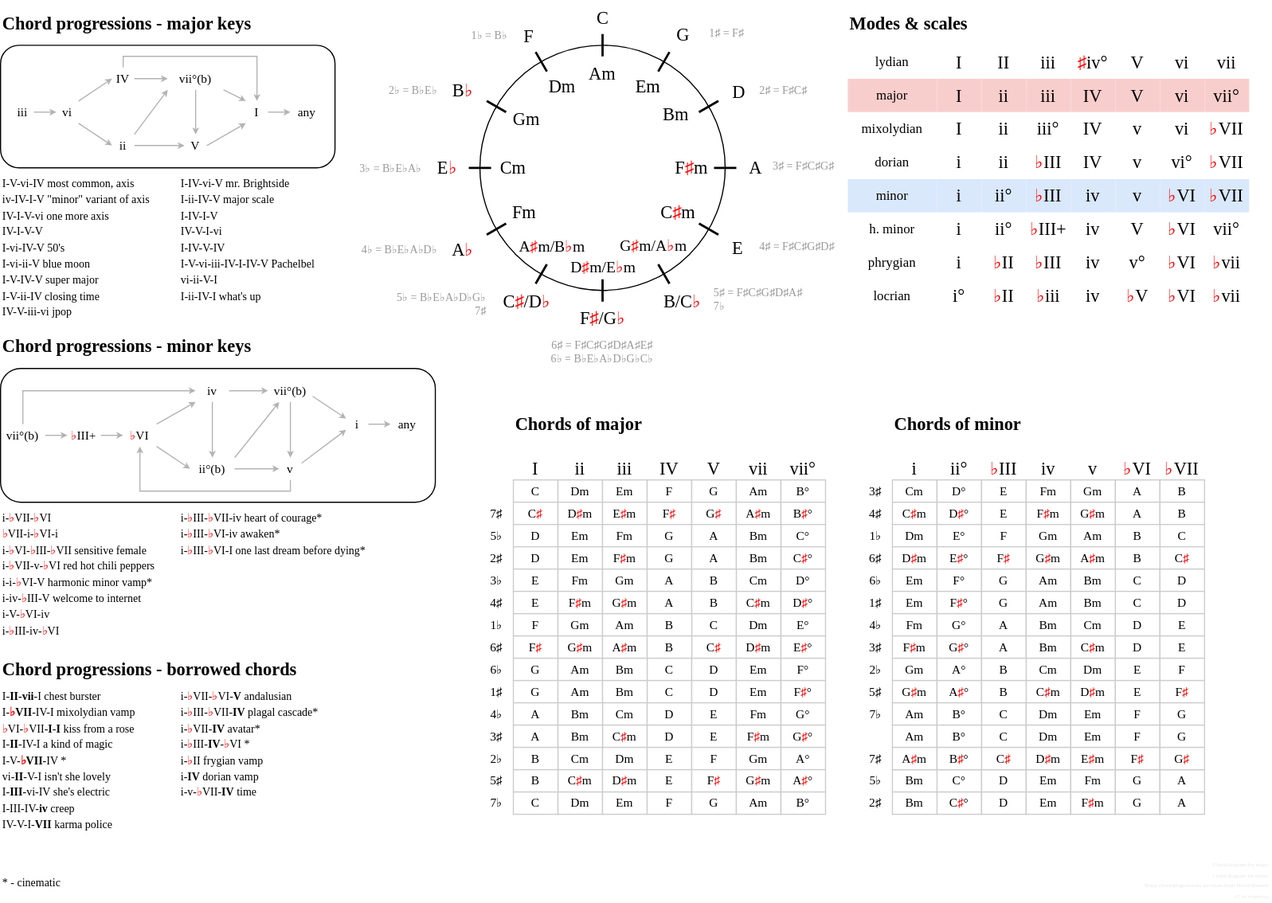
The draw.io diagram Harmony Cheatsheet.svg in evgeniyp/harmony-cheatsheet, before a commit. Source tidied: cells renumbered, new cells last; positions are measured from the earlier drawing's top-left corner, leaving out a move shared by most shapes.
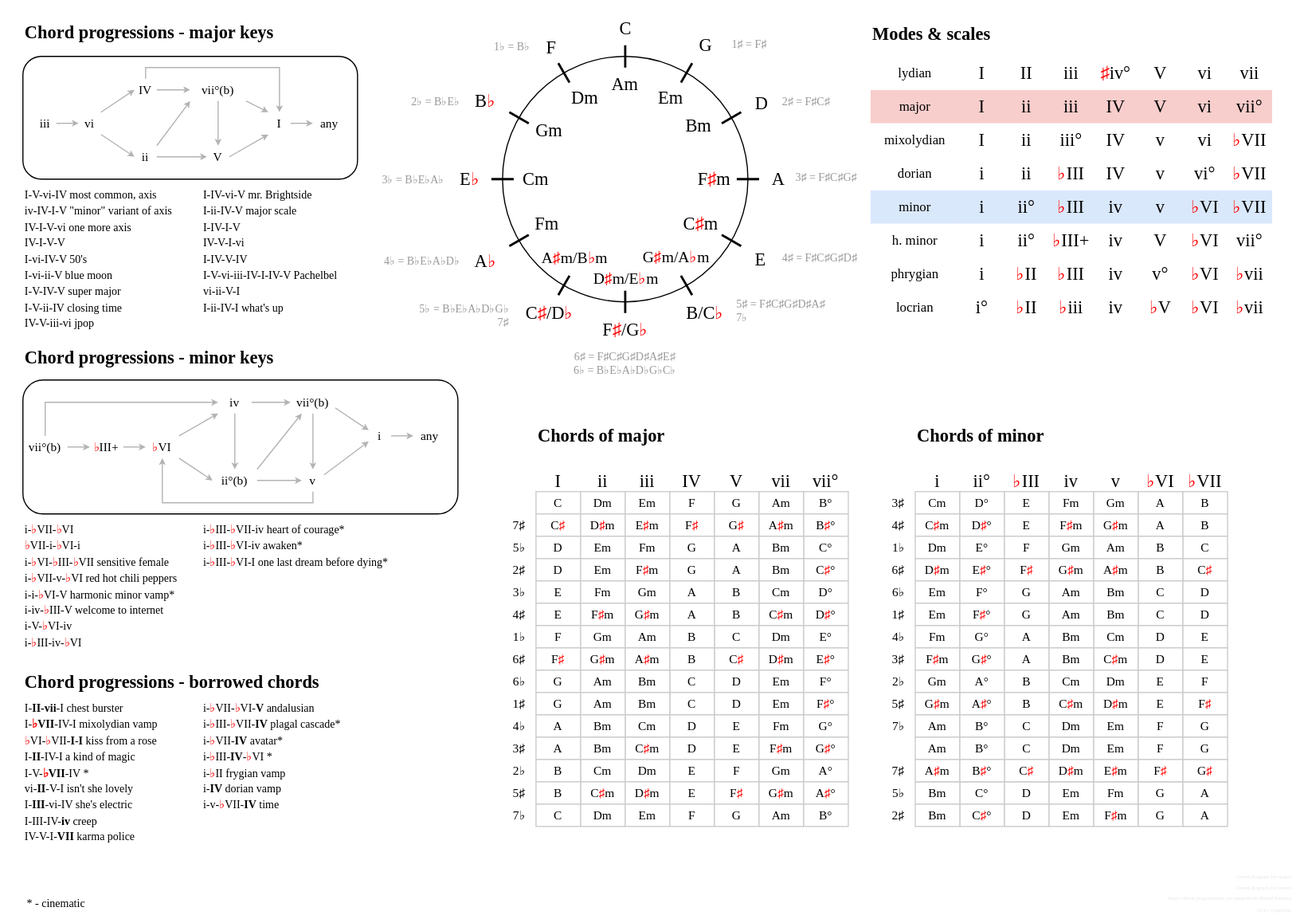
Later version of the same file.

The edit, as a diff of the source:
```diff
@@ -40,8 +40,8 @@
     <mxCell id="12" value="&lt;font face=&quot;Georgia&quot;&gt;vii°(b)&lt;/font&gt;" style="rounded=1;whiteSpace=wrap;html=1;strokeColor=none;strokeWidth=1;fillColor=none;fontSize=11;" parent="1" vertex="1">
       <mxGeometry x="150" y="60" width="50" height="20" as="geometry" />
     </mxCell>
-    <mxCell id="13" value="&lt;font face=&quot;Georgia&quot;&gt;&lt;b&gt;Chord progressions - major keys&lt;/b&gt;&lt;/font&gt;" style="rounded=1;whiteSpace=wrap;html=1;strokeColor=none;strokeWidth=1;fillColor=none;align=left;fontSize=16;" parent="1" vertex="1">
-      <mxGeometry y="10" width="280" height="20" as="geometry" />
+    <mxCell id="13" value="&lt;font face=&quot;Georgia&quot;&gt;&lt;b&gt;Chord progressions - major keys&lt;/b&gt;&lt;/font&gt;" style="rounded=1;whiteSpace=wrap;html=1;strokeColor=none;strokeWidth=1;fillColor=none;align=left;fontSize=16;verticalAlign=bottom;" parent="1" vertex="1">
+      <mxGeometry y="-10" width="280" height="40" as="geometry" />
     </mxCell>
     <mxCell id="14" value="&lt;font face=&quot;Georgia&quot;&gt;V&lt;/font&gt;" style="rounded=1;whiteSpace=wrap;html=1;strokeColor=none;strokeWidth=1;fillColor=none;fontSize=11;" parent="1" vertex="1">
       <mxGeometry x="165" y="120" width="20" height="20" as="geometry" />
@@ -160,8 +160,8 @@
     <mxCell id="49" value="&lt;font face=&quot;Georgia&quot;&gt;&lt;b&gt;Chord progressions - borrowed chords&lt;/b&gt;&lt;/font&gt;" style="rounded=1;whiteSpace=wrap;html=1;strokeColor=none;strokeWidth=1;fillColor=none;align=left;fontSize=16;" parent="1" vertex="1">
       <mxGeometry y="590" width="350" height="20" as="geometry" />
     </mxCell>
-    <mxCell id="50" value="&lt;font face=&quot;Georgia&quot;&gt;&lt;span style=&quot;font-size: 10px;&quot;&gt;* - cinematic&lt;/span&gt;&lt;/font&gt;" style="rounded=1;whiteSpace=wrap;html=1;strokeColor=none;strokeWidth=1;fillColor=none;align=left;verticalAlign=bottom;" parent="1" vertex="1">
-      <mxGeometry y="780" width="160" height="20" as="geometry" />
+    <mxCell id="50" value="&lt;font face=&quot;Georgia&quot;&gt;&lt;span style=&quot;font-size: 10px;&quot;&gt;* - cinematic&lt;/span&gt;&lt;/font&gt;" style="rounded=1;whiteSpace=wrap;html=1;strokeColor=none;strokeWidth=1;fillColor=none;align=center;verticalAlign=middle;" parent="1" vertex="1">
+      <mxGeometry x="-20" y="780" width="100" height="37" as="geometry" />
     </mxCell>
     <mxCell id="51" value="&lt;font style=&quot;font-size: 10px;&quot; face=&quot;Georgia&quot;&gt;I-IV-vi-V mr. Brightside&lt;/font&gt;&lt;div&gt;&lt;font style=&quot;font-size: 10px;&quot; face=&quot;Georgia&quot;&gt;I-ii-IV-V major scale&lt;/font&gt;&lt;/div&gt;&lt;div&gt;&lt;font style=&quot;font-size: 10px;&quot; face=&quot;Georgia&quot;&gt;I-IV-I-V&lt;/font&gt;&lt;/div&gt;&lt;div&gt;&lt;font face=&quot;Georgia&quot;&gt;&lt;span style=&quot;font-size: 10px;&quot;&gt;IV-V-I-vi&lt;/span&gt;&lt;/font&gt;&lt;/div&gt;&lt;div&gt;&lt;font face=&quot;Georgia&quot;&gt;&lt;span style=&quot;font-size: 10px;&quot;&gt;I-IV-V-IV&lt;/span&gt;&lt;/font&gt;&lt;/div&gt;&lt;div&gt;&lt;font face=&quot;Georgia&quot;&gt;&lt;span style=&quot;font-size: 10px;&quot;&gt;I-V-vi-iii-IV-I-IV-V Pachelbel&lt;/span&gt;&lt;/font&gt;&lt;/div&gt;&lt;div&gt;&lt;font face=&quot;Georgia&quot;&gt;&lt;span style=&quot;font-size: 10px;&quot;&gt;vi-ii-V-I&lt;/span&gt;&lt;/font&gt;&lt;/div&gt;&lt;div&gt;&lt;font face=&quot;Georgia&quot;&gt;&lt;span style=&quot;font-size: 10px;&quot;&gt;I-ii-IV-I what's up&lt;/span&gt;&lt;/font&gt;&lt;/div&gt;" style="rounded=1;whiteSpace=wrap;html=1;strokeColor=none;strokeWidth=1;fillColor=none;align=left;verticalAlign=top;" parent="1" vertex="1">
       <mxGeometry x="160" y="150" width="160" height="140" as="geometry" />
@@ -1279,8 +1279,8 @@
     <mxCell id="422" value="Many chord progressions are taken from David Bennett" style="text;html=1;strokeColor=none;fillColor=none;whiteSpace=wrap;align=right;verticalAlign=bottom;fontColor=#E6E6E6;fontStyle=0;fontSize=5;fontFamily=Georgia;" parent="1" vertex="1">
       <mxGeometry x="980" y="790" width="160" height="10" as="geometry" />
     </mxCell>
-    <mxCell id="423" value="&lt;span style=&quot;caret-color: rgba(0, 0, 0, 0);&quot;&gt;v2 by evgeniyp&lt;/span&gt;" style="text;html=1;strokeColor=none;fillColor=none;whiteSpace=wrap;align=right;verticalAlign=bottom;fontColor=#E6E6E6;fontStyle=0;fontSize=5;fontFamily=Georgia;" parent="1" vertex="1">
-      <mxGeometry x="980" y="800" width="160" height="10" as="geometry" />
+    <mxCell id="423" value="&lt;span style=&quot;caret-color: rgba(0, 0, 0, 0);&quot;&gt;v2 by evgeniyp&lt;/span&gt;" style="text;html=1;strokeColor=none;fillColor=none;whiteSpace=wrap;align=center;verticalAlign=middle;fontColor=#E6E6E6;fontStyle=0;fontSize=5;fontFamily=Georgia;" parent="1" vertex="1">
+      <mxGeometry x="1095" y="793" width="54" height="24" as="geometry" />
     </mxCell>
   </root>
 </mxGraphModel>
```
